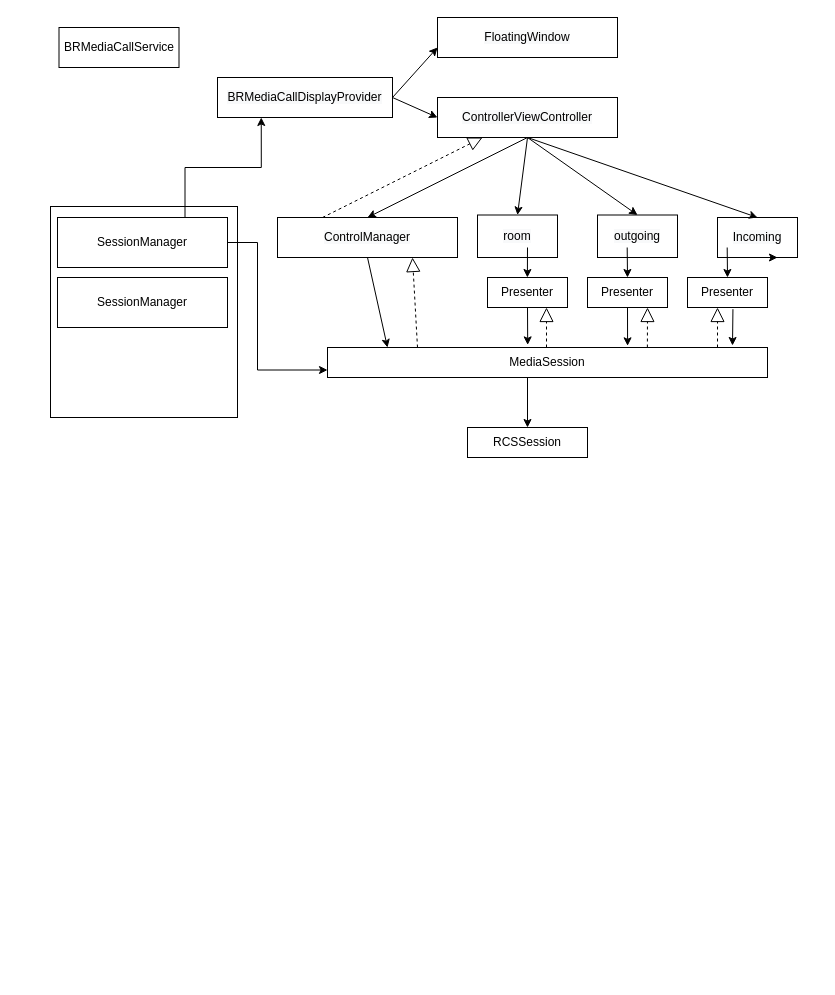
This is 改进图 的副本.drawio from brookchenli/drawio, a draw.io file, before an edit. Source tidied: cells renumbered, new cells numbered last; positions are measured from the earlier drawing's top-left corner, leaving out a move shared by most shapes. Both pictures are drawn from the tidied source at 100%, with x=0, y=0 at pixel (50, 17).
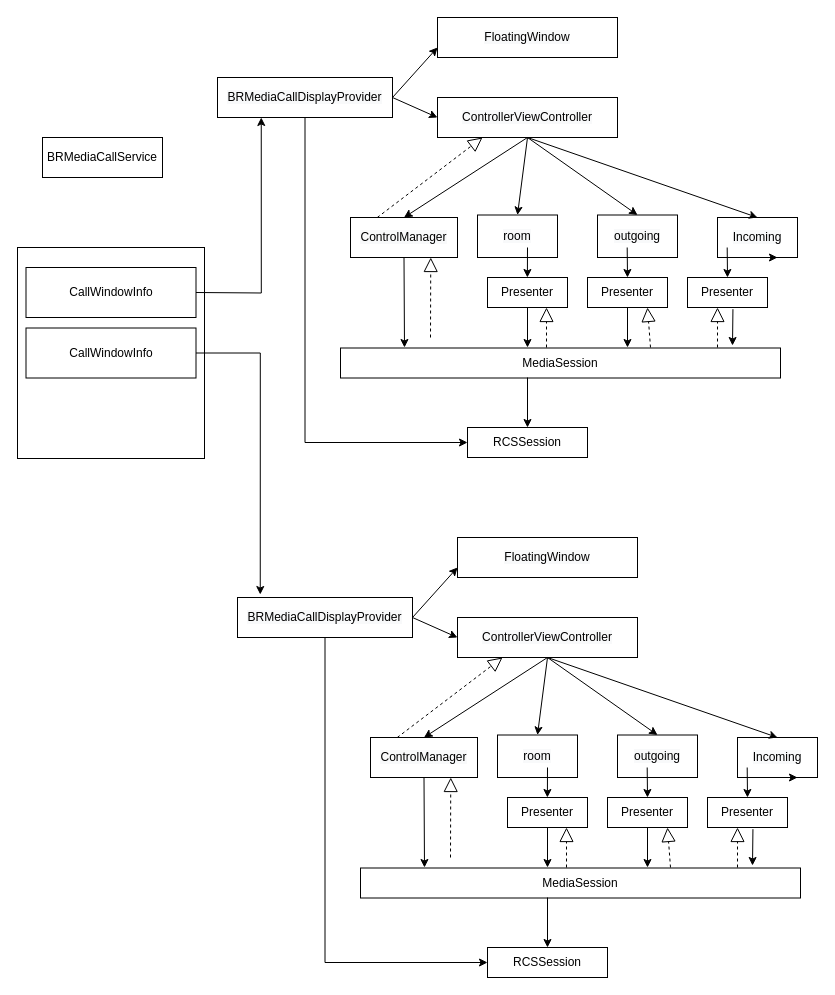
The same diagram, later.

Commit message:
更新改进图 的副本.drawio

Unchanged cells that the change refers to:
```xml
<mxCell id="3" value="&lt;span style=&quot;color: rgb(0 , 0 , 0) ; font-family: &amp;#34;helvetica&amp;#34; ; font-size: 12px ; font-style: normal ; font-weight: 400 ; letter-spacing: normal ; text-align: center ; text-indent: 0px ; text-transform: none ; word-spacing: 0px ; background-color: rgb(248 , 249 , 250) ; display: inline ; float: none&quot;&gt;BRMediaCallDisplayProvider&lt;br&gt;&lt;/span&gt;" style="rounded=0;whiteSpace=wrap;html=1;" parent="1" vertex="1">
  <mxGeometry x="167" y="60" width="175" height="40" as="geometry" />
</mxCell>
<mxCell id="13" value="RCSSession" style="rounded=0;whiteSpace=wrap;html=1;" parent="1" vertex="1">
  <mxGeometry x="417" y="410" width="120" height="30" as="geometry" />
</mxCell>
<mxCell id="20" value="Presenter" style="rounded=0;whiteSpace=wrap;html=1;" parent="1" vertex="1">
  <mxGeometry x="437" y="260" width="80" height="30" as="geometry" />
</mxCell>
<mxCell id="21" value="Presenter" style="rounded=0;whiteSpace=wrap;html=1;" parent="1" vertex="1">
  <mxGeometry x="537" y="260" width="80" height="30" as="geometry" />
</mxCell>
```

Change to the diagram source:
```diff
@@
     <mxCell id="2" value="BRMediaCallService" style="rounded=0;whiteSpace=wrap;html=1;" parent="1" vertex="1">
-      <mxGeometry x="8.5" y="10" width="120" height="40" as="geometry" />
+      <mxGeometry x="-8" y="120" width="120" height="40" as="geometry" />
     </mxCell>
+    <mxCell id="40" style="edgeStyle=orthogonalEdgeStyle;rounded=0;jettySize=auto;html=1;exitX=0.5;exitY=1;exitDx=0;exitDy=0;entryX=0;entryY=0.5;entryDx=0;entryDy=0;" parent="1" edge="1" source="3" target="13">
+      <mxGeometry relative="1" as="geometry" />
+    </mxCell>
@@
     <mxCell id="11" value="&lt;span style=&quot;color: rgb(0 , 0 , 0) ; font-family: &amp;#34;helvetica&amp;#34; ; font-size: 12px ; font-style: normal ; font-weight: 400 ; letter-spacing: normal ; text-align: center ; text-indent: 0px ; text-transform: none ; word-spacing: 0px ; background-color: rgb(248 , 249 , 250) ; display: inline ; float: none&quot;&gt;ControlManager&lt;br&gt;&lt;/span&gt;" style="rounded=0;whiteSpace=wrap;html=1;" parent="1" vertex="1">
-      <mxGeometry x="227" y="200" width="180" height="40" as="geometry" />
+      <mxGeometry x="300" y="200" width="107" height="40" as="geometry" />
     </mxCell>
     <mxCell id="12" value="MediaSession" style="rounded=0;whiteSpace=wrap;html=1;" parent="1" vertex="1">
-      <mxGeometry x="277" y="330" width="440" height="30" as="geometry" />
+      <mxGeometry x="290" y="330.5" width="440" height="30" as="geometry" />
     </mxCell>
@@
     <mxCell id="18" style="endArrow=classic;html=1;rounded=0;exitX=0.5;exitY=1;exitDx=0;exitDy=0;" parent="1" edge="1" source="11">
       <mxGeometry relative="1" as="geometry">
-        <mxPoint x="337" y="330" as="targetPoint" />
-        <Array as="points">
-          <mxPoint x="337" y="330" />
-        </Array>
+        <mxPoint x="354" y="330" as="targetPoint" />
       </mxGeometry>
     </mxCell>
@@
-    <mxCell id="23" style="endArrow=classic;html=1;rounded=0;exitX=0.5;exitY=1;exitDx=0;exitDy=0;entryX=0.455;entryY=-0.087;entryDx=0;entryDy=0;entryPerimeter=0;" parent="1" edge="1" source="20" target="12">
-      <mxGeometry relative="1" as="geometry" />
+    <mxCell id="23" style="endArrow=classic;html=1;rounded=0;exitX=0.5;exitY=1;exitDx=0;exitDy=0;" parent="1" edge="1" source="20">
+      <mxGeometry relative="1" as="geometry">
+        <mxPoint x="477" y="330" as="targetPoint" />
+      </mxGeometry>
     </mxCell>
-    <mxCell id="24" style="endArrow=classic;html=1;rounded=0;exitX=0.5;exitY=1;exitDx=0;exitDy=0;entryX=0.682;entryY=-0.056;entryDx=0;entryDy=0;entryPerimeter=0;" parent="1" edge="1" source="21" target="12">
-      <mxGeometry relative="1" as="geometry" />
+    <mxCell id="24" style="endArrow=classic;html=1;rounded=0;exitX=0.5;exitY=1;exitDx=0;exitDy=0;" parent="1" edge="1" source="21">
+      <mxGeometry relative="1" as="geometry">
+        <mxPoint x="577" y="330" as="targetPoint" />
+      </mxGeometry>
     </mxCell>
@@
     <mxCell id="29" style="endArrow=block;dashed=1;endFill=0;endSize=12;html=1;rounded=0;entryX=0.75;entryY=1;entryDx=0;entryDy=0;" parent="1" edge="1" target="11">
       <mxGeometry relative="1" as="geometry">
-        <mxPoint x="367" y="330" as="sourcePoint" />
+        <mxPoint x="380" y="320" as="sourcePoint" />
       </mxGeometry>
     </mxCell>
@@
-    <mxCell id="31" style="endArrow=block;dashed=1;endFill=0;endSize=12;html=1;rounded=0;entryX=0.518;entryY=1.1;entryDx=0;entryDy=0;entryPerimeter=0;exitX=0.727;exitY=0;exitDx=0;exitDy=0;exitPerimeter=0;" parent="1" edge="1" source="12">
+    <mxCell id="31" style="endArrow=block;dashed=1;endFill=0;endSize=12;html=1;rounded=0;entryX=0.518;entryY=1.1;entryDx=0;entryDy=0;entryPerimeter=0;" parent="1" edge="1">
       <mxGeometry relative="1" as="geometry">
+        <mxPoint x="600" y="330" as="sourcePoint" />
         <mxPoint x="597" y="290" as="targetPoint" />
       </mxGeometry>
     </mxCell>
@@
     <mxCell id="35" value="&lt;br&gt;&lt;br&gt;&lt;br&gt;&lt;br&gt;&lt;br&gt;&lt;br&gt;&lt;br&gt;&lt;br&gt;&lt;br&gt;&lt;br&gt;&lt;br&gt;&lt;p class=&quot;p1&quot;&gt;&lt;/p&gt;&lt;br&gt;&lt;br&gt;" style="rounded=0;whiteSpace=wrap;html=1;" parent="1" vertex="1">
-      <mxGeometry y="189" width="187" height="211" as="geometry" />
+      <mxGeometry x="-33" y="230" width="187" height="211" as="geometry" />
     </mxCell>
-    <mxCell id="36" style="edgeStyle=orthogonalEdgeStyle;rounded=0;jettySize=auto;html=1;exitX=0.75;exitY=0;exitDx=0;exitDy=0;entryX=0.25;entryY=1;entryDx=0;entryDy=0;" parent="1" edge="1" source="38" target="3">
-      <mxGeometry relative="1" as="geometry" />
+    <mxCell id="36" style="edgeStyle=orthogonalEdgeStyle;rounded=0;jettySize=auto;html=1;exitX=1;exitY=0.5;exitDx=0;exitDy=0;entryX=0.25;entryY=1;entryDx=0;entryDy=0;" parent="1" edge="1" target="3">
+      <mxGeometry relative="1" as="geometry">
+        <mxPoint x="145.5" y="275" as="sourcePoint" />
+      </mxGeometry>
     </mxCell>
-    <mxCell id="37" style="edgeStyle=orthogonalEdgeStyle;rounded=0;jettySize=auto;html=1;exitX=1;exitY=0.5;exitDx=0;exitDy=0;entryX=0;entryY=0.75;entryDx=0;entryDy=0;" parent="1" edge="1" source="38" target="12">
-      <mxGeometry relative="1" as="geometry">
-        <Array as="points">
-          <mxPoint x="207" y="225" />
-          <mxPoint x="207" y="352" />
-        </Array>
-      </mxGeometry>
-    </mxCell>
-    <mxCell id="38" value="SessionManager" style="rounded=0;whiteSpace=wrap;html=1;" parent="1" vertex="1">
-      <mxGeometry x="7" y="200" width="170" height="50" as="geometry" />
-    </mxCell>
+    <mxCell id="41" style="edgeStyle=orthogonalEdgeStyle;rounded=0;jettySize=auto;html=1;exitX=1;exitY=0.5;exitDx=0;exitDy=0;entryX=0.13;entryY=-0.075;entryDx=0;entryDy=0;entryPerimeter=0;" parent="1" edge="1" source="39" target="43">
+      <mxGeometry relative="1" as="geometry" />
+    </mxCell>
-    <mxCell id="39" value="SessionManager" style="rounded=0;whiteSpace=wrap;html=1;" parent="1" vertex="1">
-      <mxGeometry x="7" y="260" width="170" height="50" as="geometry" />
+    <mxCell id="39" value="CallWindowInfo" style="rounded=0;whiteSpace=wrap;html=1;" parent="1" vertex="1">
+      <mxGeometry x="-24.5" y="310.5" width="170" height="50" as="geometry" />
     </mxCell>
+    <mxCell id="42" style="edgeStyle=orthogonalEdgeStyle;rounded=0;jettySize=auto;html=1;exitX=0.5;exitY=1;exitDx=0;exitDy=0;entryX=0;entryY=0.5;entryDx=0;entryDy=0;" parent="1" edge="1" source="43" target="53">
+      <mxGeometry relative="1" as="geometry" />
+    </mxCell>
+    <mxCell id="43" value="&lt;span style=&quot;color: rgb(0 , 0 , 0) ; font-family: &amp;#34;helvetica&amp;#34; ; font-size: 12px ; font-style: normal ; font-weight: 400 ; letter-spacing: normal ; text-align: center ; text-indent: 0px ; text-transform: none ; word-spacing: 0px ; background-color: rgb(248 , 249 , 250) ; display: inline ; float: none&quot;&gt;BRMediaCallDisplayProvider&lt;br&gt;&lt;/span&gt;" style="rounded=0;whiteSpace=wrap;html=1;" parent="1" vertex="1">
+      <mxGeometry x="187" y="580" width="175" height="40" as="geometry" />
+    </mxCell>
+    <mxCell id="44" value="&lt;span style=&quot;color: rgb(0 , 0 , 0) ; font-family: &amp;#34;helvetica&amp;#34; ; font-size: 12px ; font-style: normal ; font-weight: 400 ; letter-spacing: normal ; text-align: center ; text-indent: 0px ; text-transform: none ; word-spacing: 0px ; background-color: rgb(248 , 249 , 250) ; display: inline ; float: none&quot;&gt;FloatingWindow&lt;br&gt;&lt;/span&gt;" style="rounded=0;whiteSpace=wrap;html=1;" parent="1" vertex="1">
+      <mxGeometry x="407" y="520" width="180" height="40" as="geometry" />
+    </mxCell>
+    <mxCell id="45" value="&lt;span style=&quot;color: rgb(0 , 0 , 0) ; font-family: &amp;#34;helvetica&amp;#34; ; font-size: 12px ; font-style: normal ; font-weight: 400 ; letter-spacing: normal ; text-align: center ; text-indent: 0px ; text-transform: none ; word-spacing: 0px ; background-color: rgb(248 , 249 , 250) ; display: inline ; float: none&quot;&gt;ControllerViewController&lt;br&gt;&lt;/span&gt;" style="rounded=0;whiteSpace=wrap;html=1;" parent="1" vertex="1">
+      <mxGeometry x="407" y="600" width="180" height="40" as="geometry" />
+    </mxCell>
+    <mxCell id="46" style="endArrow=classic;html=1;rounded=0;entryX=0;entryY=0.75;entryDx=0;entryDy=0;exitX=1;exitY=0.5;exitDx=0;exitDy=0;" parent="1" edge="1" source="43" target="44">
+      <mxGeometry relative="1" as="geometry" />
+    </mxCell>
+    <mxCell id="47" style="endArrow=classic;html=1;rounded=0;entryX=0;entryY=0.5;entryDx=0;entryDy=0;exitX=1;exitY=0.5;exitDx=0;exitDy=0;" parent="1" edge="1" source="43" target="45">
+      <mxGeometry relative="1" as="geometry" />
+    </mxCell>
+    <mxCell id="48" value="&lt;span style=&quot;color: rgb(0 , 0 , 0) ; font-family: &amp;#34;helvetica&amp;#34; ; font-size: 12px ; font-style: normal ; font-weight: 400 ; letter-spacing: normal ; text-align: center ; text-indent: 0px ; text-transform: none ; word-spacing: 0px ; background-color: rgb(248 , 249 , 250) ; display: inline ; float: none&quot;&gt;Incoming&lt;br&gt;&lt;/span&gt;" style="rounded=0;whiteSpace=wrap;html=1;" parent="1" vertex="1">
+      <mxGeometry x="687" y="720" width="80" height="40" as="geometry" />
+    </mxCell>
+    <mxCell id="49" value="&lt;span style=&quot;color: rgb(0 , 0 , 0) ; font-family: &amp;#34;helvetica&amp;#34; ; font-size: 12px ; font-style: normal ; font-weight: 400 ; letter-spacing: normal ; text-align: center ; text-indent: 0px ; text-transform: none ; word-spacing: 0px ; background-color: rgb(248 , 249 , 250) ; display: inline ; float: none&quot;&gt;outgoing&lt;br&gt;&lt;/span&gt;" style="rounded=0;whiteSpace=wrap;html=1;" parent="1" vertex="1">
+      <mxGeometry x="567" y="717.5" width="80" height="42.5" as="geometry" />
+    </mxCell>
+    <mxCell id="50" value="&lt;span style=&quot;color: rgb(0 , 0 , 0) ; font-family: &amp;#34;helvetica&amp;#34; ; font-size: 12px ; font-style: normal ; font-weight: 400 ; letter-spacing: normal ; text-align: center ; text-indent: 0px ; text-transform: none ; word-spacing: 0px ; background-color: rgb(248 , 249 , 250) ; display: inline ; float: none&quot;&gt;room&lt;br&gt;&lt;/span&gt;" style="rounded=0;whiteSpace=wrap;html=1;" parent="1" vertex="1">
+      <mxGeometry x="447" y="717.5" width="80" height="42.5" as="geometry" />
+    </mxCell>
+    <mxCell id="51" value="&lt;span style=&quot;color: rgb(0 , 0 , 0) ; font-family: &amp;#34;helvetica&amp;#34; ; font-size: 12px ; font-style: normal ; font-weight: 400 ; letter-spacing: normal ; text-align: center ; text-indent: 0px ; text-transform: none ; word-spacing: 0px ; background-color: rgb(248 , 249 , 250) ; display: inline ; float: none&quot;&gt;ControlManager&lt;br&gt;&lt;/span&gt;" style="rounded=0;whiteSpace=wrap;html=1;" parent="1" vertex="1">
+      <mxGeometry x="320" y="720" width="107" height="40" as="geometry" />
+    </mxCell>
+    <mxCell id="52" value="MediaSession" style="rounded=0;whiteSpace=wrap;html=1;" parent="1" vertex="1">
+      <mxGeometry x="310" y="850.5" width="440" height="30" as="geometry" />
+    </mxCell>
+    <mxCell id="53" value="RCSSession" style="rounded=0;whiteSpace=wrap;html=1;" parent="1" vertex="1">
+      <mxGeometry x="437" y="930" width="120" height="30" as="geometry" />
+    </mxCell>
+    <mxCell id="54" style="endArrow=classic;html=1;rounded=0;exitX=0.5;exitY=1;exitDx=0;exitDy=0;entryX=0.5;entryY=0;entryDx=0;entryDy=0;" parent="1" edge="1" source="45" target="51">
+      <mxGeometry relative="1" as="geometry" />
+    </mxCell>
+    <mxCell id="55" style="endArrow=classic;html=1;rounded=0;entryX=0.5;entryY=0;entryDx=0;entryDy=0;" parent="1" edge="1" target="50">
+      <mxGeometry relative="1" as="geometry">
+        <mxPoint x="497" y="640" as="sourcePoint" />
+      </mxGeometry>
+    </mxCell>
+    <mxCell id="56" style="endArrow=classic;html=1;rounded=0;entryX=0.5;entryY=0;entryDx=0;entryDy=0;" parent="1" edge="1" target="49">
+      <mxGeometry relative="1" as="geometry">
+        <mxPoint x="497" y="640" as="sourcePoint" />
+      </mxGeometry>
+    </mxCell>
+    <mxCell id="57" style="endArrow=classic;html=1;rounded=0;exitX=0.5;exitY=1;exitDx=0;exitDy=0;entryX=0.5;entryY=0;entryDx=0;entryDy=0;" parent="1" edge="1" source="45" target="48">
+      <mxGeometry relative="1" as="geometry" />
+    </mxCell>
+    <mxCell id="58" style="endArrow=classic;html=1;rounded=0;exitX=0.5;exitY=1;exitDx=0;exitDy=0;" parent="1" edge="1" source="51">
+      <mxGeometry relative="1" as="geometry">
+        <mxPoint x="374" y="850" as="targetPoint" />
+      </mxGeometry>
+    </mxCell>
+    <mxCell id="59" style="endArrow=classic;html=1;rounded=0;entryX=0.5;entryY=0;entryDx=0;entryDy=0;" parent="1" edge="1" target="53">
+      <mxGeometry relative="1" as="geometry">
+        <mxPoint x="497" y="880" as="sourcePoint" />
+      </mxGeometry>
+    </mxCell>
+    <mxCell id="60" value="Presenter" style="rounded=0;whiteSpace=wrap;html=1;" parent="1" vertex="1">
+      <mxGeometry x="457" y="780" width="80" height="30" as="geometry" />
+    </mxCell>
+    <mxCell id="61" value="Presenter" style="rounded=0;whiteSpace=wrap;html=1;" parent="1" vertex="1">
+      <mxGeometry x="557" y="780" width="80" height="30" as="geometry" />
+    </mxCell>
+    <mxCell id="62" value="Presenter" style="rounded=0;whiteSpace=wrap;html=1;" parent="1" vertex="1">
+      <mxGeometry x="657" y="780" width="80" height="30" as="geometry" />
+    </mxCell>
+    <mxCell id="63" style="endArrow=classic;html=1;rounded=0;exitX=0.5;exitY=1;exitDx=0;exitDy=0;" parent="1" edge="1" source="60">
+      <mxGeometry relative="1" as="geometry">
+        <mxPoint x="497" y="850" as="targetPoint" />
+      </mxGeometry>
+    </mxCell>
+    <mxCell id="64" style="endArrow=classic;html=1;rounded=0;exitX=0.5;exitY=1;exitDx=0;exitDy=0;" parent="1" edge="1" source="61">
+      <mxGeometry relative="1" as="geometry">
+        <mxPoint x="597" y="850" as="targetPoint" />
+      </mxGeometry>
+    </mxCell>
+    <mxCell id="65" style="endArrow=classic;html=1;rounded=0;exitX=0.568;exitY=1.056;exitDx=0;exitDy=0;exitPerimeter=0;" parent="1" edge="1" source="62">
+      <mxGeometry relative="1" as="geometry">
+        <mxPoint x="702" y="848" as="targetPoint" />
+      </mxGeometry>
+    </mxCell>
+    <mxCell id="66" style="endArrow=classic;html=1;rounded=0;entryX=0.455;entryY=-0.087;entryDx=0;entryDy=0;entryPerimeter=0;" parent="1" edge="1">
+      <mxGeometry relative="1" as="geometry">
+        <mxPoint x="497" y="750" as="sourcePoint" />
+        <mxPoint x="496.9" y="780" as="targetPoint" />
+      </mxGeometry>
+    </mxCell>
+    <mxCell id="67" style="endArrow=classic;html=1;rounded=0;exitX=0.5;exitY=1;exitDx=0;exitDy=0;" parent="1" edge="1">
+      <mxGeometry relative="1" as="geometry">
+        <mxPoint x="596.7" y="750" as="sourcePoint" />
+        <mxPoint x="597" y="780" as="targetPoint" />
+      </mxGeometry>
+    </mxCell>
+    <mxCell id="68" style="endArrow=classic;html=1;rounded=0;exitX=0.5;exitY=1;exitDx=0;exitDy=0;" parent="1" edge="1">
+      <mxGeometry relative="1" as="geometry">
+        <mxPoint x="696.7" y="750" as="sourcePoint" />
+        <mxPoint x="697" y="780" as="targetPoint" />
+      </mxGeometry>
+    </mxCell>
+    <mxCell id="69" style="endArrow=block;dashed=1;endFill=0;endSize=12;html=1;rounded=0;entryX=0.75;entryY=1;entryDx=0;entryDy=0;" parent="1" edge="1" target="51">
+      <mxGeometry relative="1" as="geometry">
+        <mxPoint x="400" y="840" as="sourcePoint" />
+      </mxGeometry>
+    </mxCell>
+    <mxCell id="70" style="endArrow=block;dashed=1;endFill=0;endSize=12;html=1;rounded=0;entryX=0.518;entryY=1.1;entryDx=0;entryDy=0;entryPerimeter=0;" parent="1" edge="1">
+      <mxGeometry relative="1" as="geometry">
+        <mxPoint x="687" y="850" as="sourcePoint" />
+        <mxPoint x="687" y="810" as="targetPoint" />
+      </mxGeometry>
+    </mxCell>
+    <mxCell id="71" style="endArrow=block;dashed=1;endFill=0;endSize=12;html=1;rounded=0;entryX=0.518;entryY=1.1;entryDx=0;entryDy=0;entryPerimeter=0;" parent="1" edge="1">
+      <mxGeometry relative="1" as="geometry">
+        <mxPoint x="620" y="850" as="sourcePoint" />
+        <mxPoint x="617" y="810" as="targetPoint" />
+      </mxGeometry>
+    </mxCell>
+    <mxCell id="72" style="endArrow=block;dashed=1;endFill=0;endSize=12;html=1;rounded=0;entryX=0.518;entryY=1.1;entryDx=0;entryDy=0;entryPerimeter=0;" parent="1" edge="1">
+      <mxGeometry relative="1" as="geometry">
+        <mxPoint x="516" y="850" as="sourcePoint" />
+        <mxPoint x="516" y="810" as="targetPoint" />
+      </mxGeometry>
+    </mxCell>
+    <mxCell id="73" style="endArrow=block;dashed=1;endFill=0;endSize=12;html=1;rounded=0;exitX=0.25;exitY=0;exitDx=0;exitDy=0;entryX=0.25;entryY=1;entryDx=0;entryDy=0;" parent="1" edge="1" source="51" target="45">
+      <mxGeometry relative="1" as="geometry" />
+    </mxCell>
+    <mxCell id="74" style="edgeStyle=orthogonalEdgeStyle;rounded=0;orthogonalLoop=1;jettySize=auto;html=1;exitX=0.5;exitY=1;exitDx=0;exitDy=0;entryX=0.75;entryY=1;entryDx=0;entryDy=0;" parent="1" edge="1" source="48" target="48">
+      <mxGeometry relative="1" as="geometry" />
+    </mxCell>
+    <mxCell id="75" value="CallWindowInfo" style="rounded=0;whiteSpace=wrap;html=1;" parent="1" vertex="1">
+      <mxGeometry x="-24.5" y="250" width="170" height="50" as="geometry" />
+    </mxCell>
```
